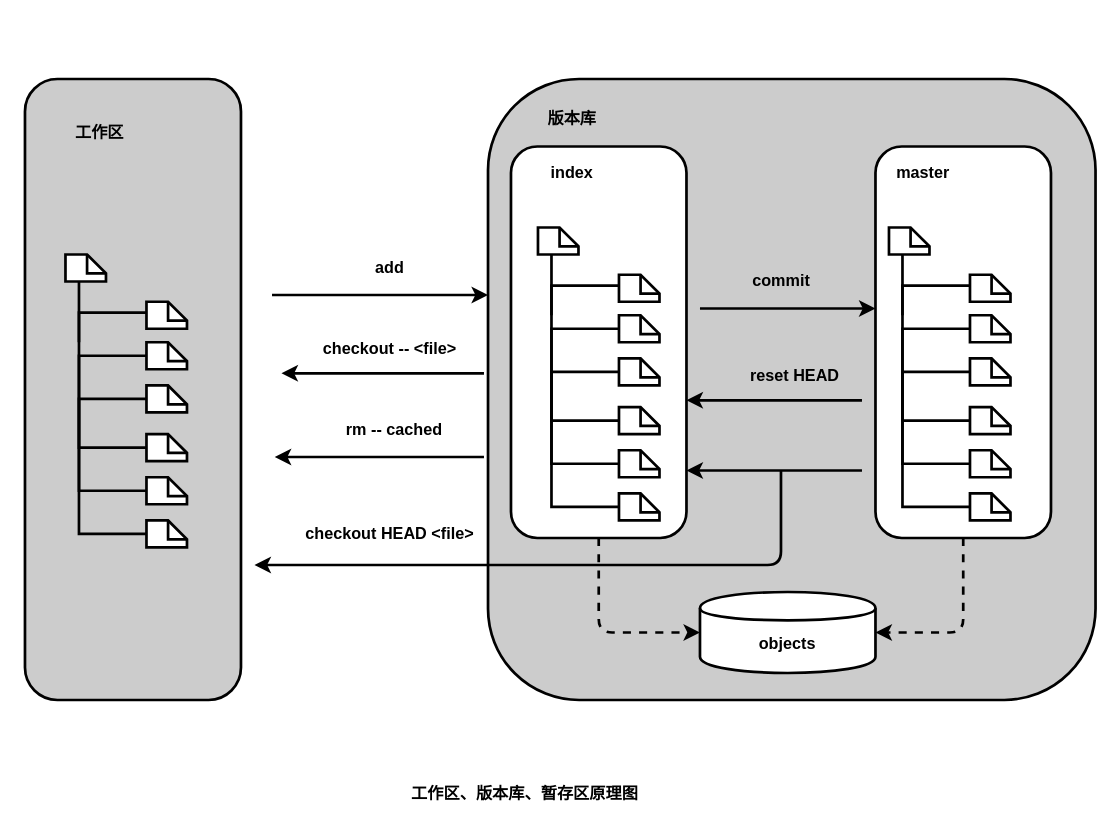
Earlier version of the draw.io diagram src/git.drawio (ab-doc/draw.io). Source tidied: cells renumbered, new cells numbered last; positions are measured from the earlier drawing's top-left corner, leaving out a move shared by most shapes. Both pictures are drawn from the tidied source at 135%, with x=0, y=0 at pixel (24, 78).
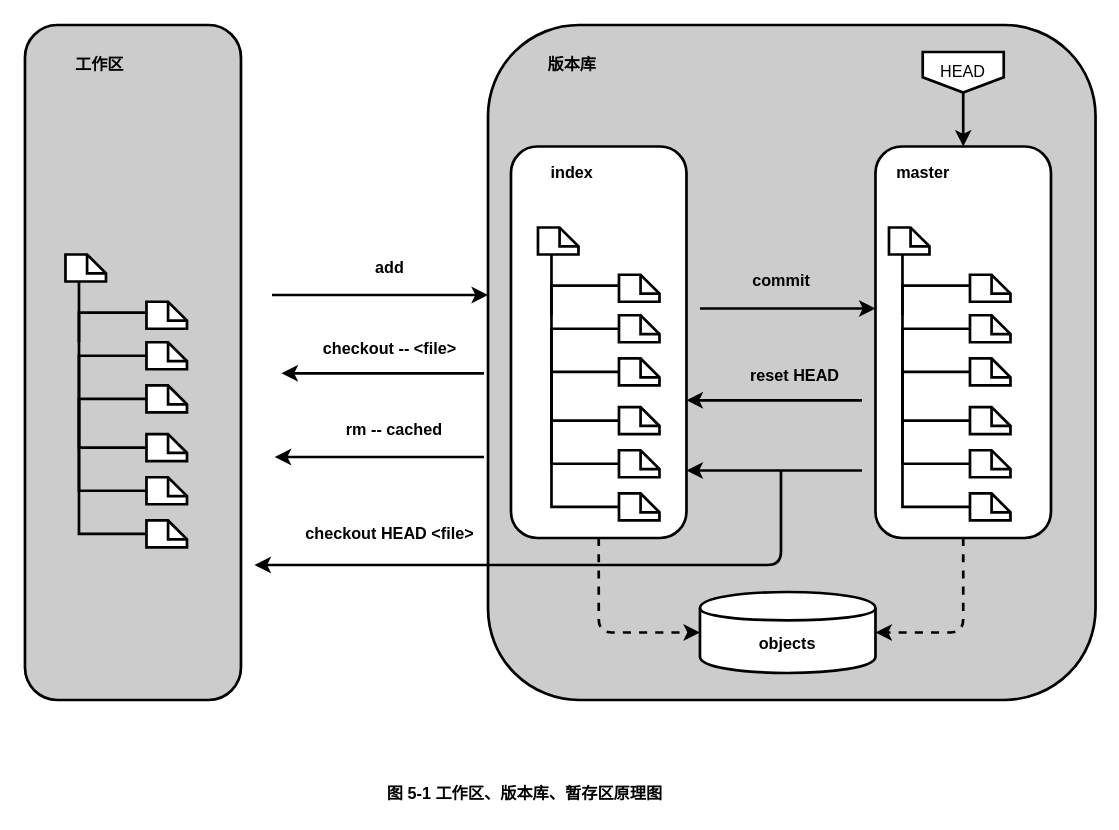
After the change.

The change refers to these unchanged cells:
```xml
<mxCell id="3" style="rounded=1;whiteSpace=wrap;html=1;strokeColor=#000000;strokeWidth=2;fillColor=#FFFFFF;" parent="1" vertex="1">
  <mxGeometry x="630" y="50" width="130" height="290" as="geometry" />
</mxCell>
```

Change to the diagram source:
```diff
@@
     <mxCell id="2" style="rounded=1;whiteSpace=wrap;html=1;strokeColor=#000000;strokeWidth=2;fillColor=#CCCCCC;" parent="1" vertex="1">
-      <mxGeometry x="343" width="450" height="460" as="geometry" />
+      <mxGeometry x="343" y="-40" width="450" height="500" as="geometry" />
     </mxCell>
@@
     <mxCell id="6" style="rounded=1;whiteSpace=wrap;html=1;strokeColor=#000000;fillColor=#CCCCCC;strokeWidth=2;" parent="1" vertex="1">
-      <mxGeometry width="160" height="460" as="geometry" />
+      <mxGeometry y="-40" width="160" height="500" as="geometry" />
     </mxCell>
     <mxCell id="7" value="工作区" style="text;html=1;align=center;verticalAlign=middle;fontStyle=1;" parent="1" vertex="1">
-      <mxGeometry x="30" y="30" width="50" height="20" as="geometry" />
+      <mxGeometry x="30" y="-20" width="50" height="20" as="geometry" />
     </mxCell>
@@
     <mxCell id="74" value="版本库" style="text;html=1;align=center;verticalAlign=middle;fontStyle=1;" parent="1" vertex="1">
-      <mxGeometry x="380" y="20" width="50" height="20" as="geometry" />
+      <mxGeometry x="380" y="-20" width="50" height="20" as="geometry" />
     </mxCell>
-    <mxCell id="75" value="&lt;b&gt;工作区、版本库、暂存区原理图&lt;/b&gt;" style="text;html=1;align=center;verticalAlign=middle;" parent="1" vertex="1">
-      <mxGeometry x="280" y="520" width="180" height="20" as="geometry" />
+    <mxCell id="75" value="&lt;b&gt;图 5-1 工作区、版本库、暂存区原理图&lt;/b&gt;" style="text;html=1;align=center;verticalAlign=middle;" parent="1" vertex="1">
+      <mxGeometry x="260" y="520" width="220" height="20" as="geometry" />
     </mxCell>
+    <mxCell id="76" style="edgeStyle=orthogonalEdgeStyle;rounded=0;jettySize=auto;html=1;strokeWidth=2;" parent="1" edge="1" source="77" target="3">
+      <mxGeometry relative="1" as="geometry" />
+    </mxCell>
+    <mxCell id="77" value="HEAD" style="shape=offPageConnector;whiteSpace=wrap;html=1;strokeColor=#000000;strokeWidth=2;fillColor=#FFFFFF;" parent="1" vertex="1">
+      <mxGeometry x="665" y="-20" width="60" height="30" as="geometry" />
+    </mxCell>
```
